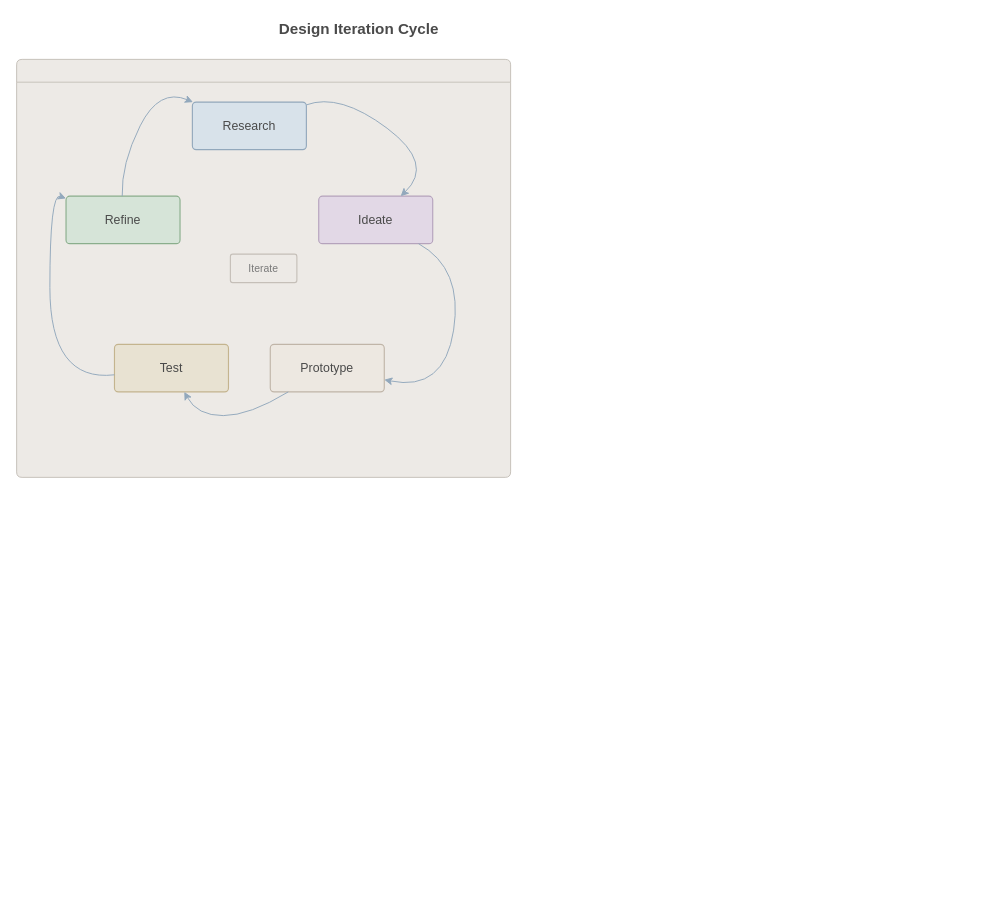
This is examples/morandi-design-loop.drawio from Ikaros12643/drawio-enhanced, a draw.io file, before an edit. Source tidied: cells renumbered, new cells numbered last; positions are measured from the earlier drawing's top-left corner, leaving out a move shared by most shapes. Both pictures are drawn from the tidied source at 95%, with x=0, y=0 at pixel (16, 16).
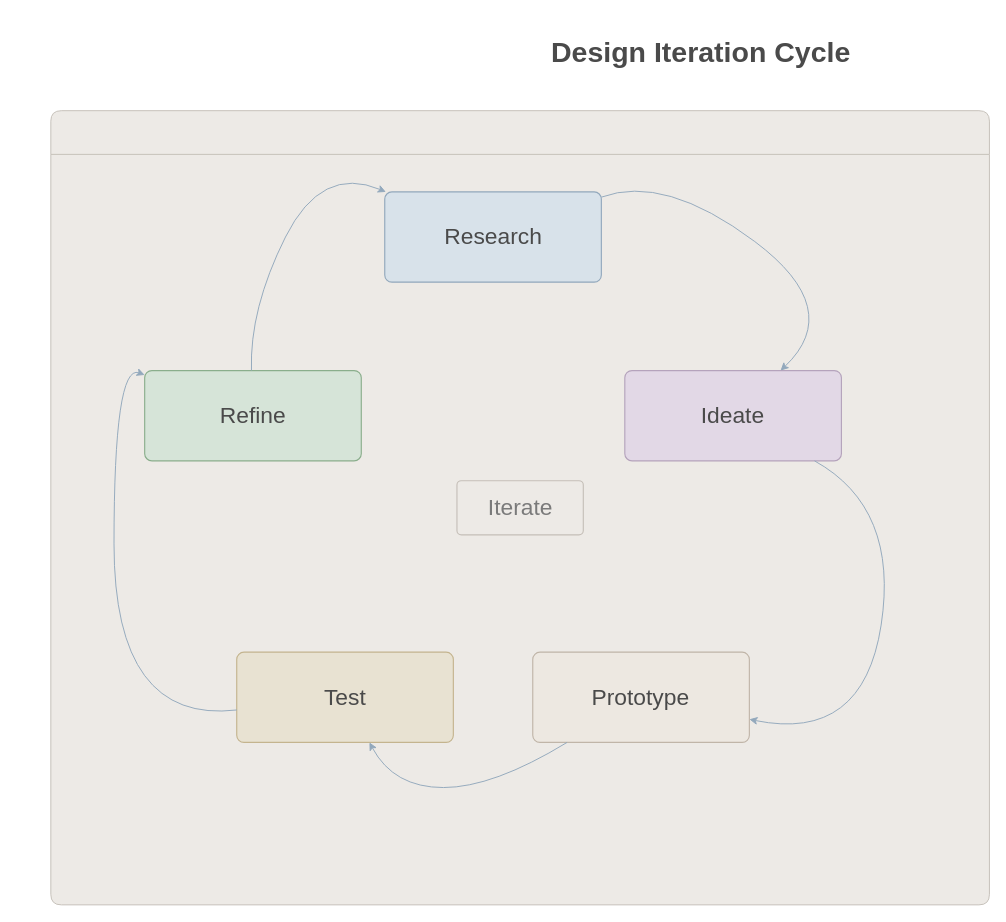
Above is the later version.

The edit, as a diff of the source:
```diff
@@
-    <mxCell id="2" value="Design Iteration Cycle" style="text;html=1;strokeColor=none;fillColor=none;align=center;verticalAlign=middle;fontSize=16;fontColor=#4A4A4A;fontStyle=1;" parent="1" vertex="1">
-      <mxGeometry x="210" width="300" height="25" as="geometry" />
+    <mxCell id="2" value="Design Iteration Cycle" style="text;html=1;strokeColor=none;fillColor=none;align=center;verticalAlign=middle;fontSize=30;fontColor=#4A4A4A;fontStyle=1;" parent="1" vertex="1">
+      <mxGeometry x="435" y="13.5" width="570" height="47.5" as="geometry" />
     </mxCell>
-    <mxCell id="3" style="swimlane;startSize=24;rounded=1;arcSize=8;strokeWidth=1;strokeDashPattern=4 3;html=1;fillColor=#EDEAE6;swimlaneFillColor=#EDEAE6;strokeColor=#C5BFB8;" parent="1" vertex="1">
-      <mxGeometry y="45" width="520" height="440" as="geometry" />
+    <mxCell id="3" style="fontSize=30;swimlane;startSize=46;rounded=1;arcSize=8;strokeWidth=1;strokeDashPattern=4 3;html=1;fillColor=#EDEAE6;swimlaneFillColor=#EDEAE6;strokeColor=#C5BFB8;" parent="1" vertex="1">
+      <mxGeometry x="36" y="99" width="988" height="836" as="geometry" />
     </mxCell>
-    <mxCell id="4" value="Research" style="rounded=1;whiteSpace=wrap;html=1;arcSize=8;strokeWidth=1.2;fontSize=13;fontColor=#4A4A4A;fillColor=#D8E2EA;strokeColor=#92A8BC;" parent="1" vertex="1">
-      <mxGeometry x="185" y="90" width="120" height="50" as="geometry" />
+    <mxCell id="4" value="Research" style="rounded=1;whiteSpace=wrap;html=1;arcSize=8;strokeWidth=1.2;fontSize=24;fontColor=#4A4A4A;fillColor=#D8E2EA;strokeColor=#92A8BC;" parent="1" vertex="1">
+      <mxGeometry x="387.5" y="184.5" width="228" height="95" as="geometry" />
     </mxCell>
-    <mxCell id="5" value="Ideate" style="rounded=1;whiteSpace=wrap;html=1;arcSize=8;strokeWidth=1.2;fontSize=13;fontColor=#4A4A4A;fillColor=#E2D8E6;strokeColor=#B5A3BC;" parent="1" vertex="1">
-      <mxGeometry x="318" y="189" width="120" height="50" as="geometry" />
+    <mxCell id="5" value="Ideate" style="rounded=1;whiteSpace=wrap;html=1;arcSize=8;strokeWidth=1.2;fontSize=24;fontColor=#4A4A4A;fillColor=#E2D8E6;strokeColor=#B5A3BC;" parent="1" vertex="1">
+      <mxGeometry x="640.2" y="372.6" width="228" height="95" as="geometry" />
     </mxCell>
-    <mxCell id="6" value="Prototype" style="rounded=1;whiteSpace=wrap;html=1;arcSize=8;strokeWidth=1.2;fontSize=13;fontColor=#4A4A4A;fillColor=#EDE8E1;strokeColor=#C0B5A8;" parent="1" vertex="1">
-      <mxGeometry x="267" y="345" width="120" height="50" as="geometry" />
+    <mxCell id="6" value="Prototype" style="rounded=1;whiteSpace=wrap;html=1;arcSize=8;strokeWidth=1.2;fontSize=24;fontColor=#4A4A4A;fillColor=#EDE8E1;strokeColor=#C0B5A8;" parent="1" vertex="1">
+      <mxGeometry x="543.3" y="669" width="228" height="95" as="geometry" />
     </mxCell>
-    <mxCell id="7" value="Test" style="rounded=1;whiteSpace=wrap;html=1;arcSize=8;strokeWidth=1.2;fontSize=13;fontColor=#4A4A4A;fillColor=#E8E2D2;strokeColor=#C4B48E;" parent="1" vertex="1">
-      <mxGeometry x="103" y="345" width="120" height="50" as="geometry" />
+    <mxCell id="7" value="Test" style="rounded=1;whiteSpace=wrap;html=1;arcSize=8;strokeWidth=1.2;fontSize=24;fontColor=#4A4A4A;fillColor=#E8E2D2;strokeColor=#C4B48E;" parent="1" vertex="1">
+      <mxGeometry x="231.7" y="669" width="228" height="95" as="geometry" />
     </mxCell>
-    <mxCell id="8" value="Refine" style="rounded=1;whiteSpace=wrap;html=1;arcSize=8;strokeWidth=1.2;fontSize=13;fontColor=#4A4A4A;fillColor=#D6E4D8;strokeColor=#8AAE8C;" parent="1" vertex="1">
-      <mxGeometry x="52" y="189" width="120" height="50" as="geometry" />
+    <mxCell id="8" value="Refine" style="rounded=1;whiteSpace=wrap;html=1;arcSize=8;strokeWidth=1.2;fontSize=24;fontColor=#4A4A4A;fillColor=#D6E4D8;strokeColor=#8AAE8C;" parent="1" vertex="1">
+      <mxGeometry x="134.8" y="372.6" width="228" height="95" as="geometry" />
     </mxCell>
-    <mxCell id="9" value="Iterate" style="rounded=1;whiteSpace=wrap;html=1;arcSize=8;strokeWidth=1.2;fontSize=11;fontColor=#7A7A7A;fillColor=#EDEAE6;strokeColor=#C5BFB8;" parent="1" vertex="1">
-      <mxGeometry x="225" y="250" width="70" height="30" as="geometry" />
+    <mxCell id="9" value="Iterate" style="rounded=1;whiteSpace=wrap;html=1;arcSize=8;strokeWidth=1.2;fontSize=24;fontColor=#7A7A7A;fillColor=#EDEAE6;strokeColor=#C5BFB8;" parent="1" vertex="1">
+      <mxGeometry x="463.5" y="488.5" width="133" height="57" as="geometry" />
     </mxCell>
-    <mxCell id="10" style="curved=1;html=1;strokeWidth=1;endArrow=classic;endFill=1;fontSize=10;fontColor=#B5AFA6;strokeColor=#92A8BC;" parent="1" edge="1" source="4" target="5">
+    <mxCell id="10" style="curved=1;html=1;strokeWidth=1;endArrow=classic;endFill=1;fontSize=18;fontColor=#B5AFA6;strokeColor=#92A8BC;" parent="1" edge="1" source="4" target="5">
       <mxGeometry relative="1" as="geometry">
         <Array as="points">
-          <mxPoint x="340" y="80" />
-          <mxPoint x="440" y="155" />
+          <mxPoint x="682" y="165.5" />
+          <mxPoint x="872" y="308" />
         </Array>
       </mxGeometry>
     </mxCell>
-    <mxCell id="11" style="curved=1;html=1;strokeWidth=1;endArrow=classic;endFill=1;fontSize=10;fontColor=#B5AFA6;strokeColor=#92A8BC;" parent="1" edge="1" source="5" target="6">
+    <mxCell id="11" style="curved=1;html=1;strokeWidth=1;endArrow=classic;endFill=1;fontSize=18;fontColor=#B5AFA6;strokeColor=#92A8BC;" parent="1" edge="1" source="5" target="6">
       <mxGeometry relative="1" as="geometry">
         <Array as="points">
-          <mxPoint x="470" y="265" />
-          <mxPoint x="450" y="395" />
+          <mxPoint x="929" y="517" />
+          <mxPoint x="891" y="764" />
         </Array>
       </mxGeometry>
     </mxCell>
-    <mxCell id="12" style="curved=1;html=1;strokeWidth=1;endArrow=classic;endFill=1;fontSize=10;fontColor=#B5AFA6;strokeColor=#92A8BC;" parent="1" edge="1" source="6" target="7">
+    <mxCell id="12" style="curved=1;html=1;strokeWidth=1;endArrow=classic;endFill=1;fontSize=18;fontColor=#B5AFA6;strokeColor=#92A8BC;" parent="1" edge="1" source="6" target="7">
       <mxGeometry relative="1" as="geometry">
         <Array as="points">
-          <mxPoint x="245" y="420" />
-          <mxPoint x="190" y="420" />
+          <mxPoint x="501.5" y="811.5" />
+          <mxPoint x="397" y="811.5" />
         </Array>
       </mxGeometry>
     </mxCell>
-    <mxCell id="13" style="curved=1;html=1;strokeWidth=1;endArrow=classic;endFill=1;fontSize=10;fontColor=#B5AFA6;strokeColor=#92A8BC;" parent="1" edge="1" source="7" target="8">
+    <mxCell id="13" style="curved=1;html=1;strokeWidth=1;endArrow=classic;endFill=1;fontSize=18;fontColor=#B5AFA6;strokeColor=#92A8BC;" parent="1" edge="1" source="7" target="8">
       <mxGeometry relative="1" as="geometry">
         <Array as="points">
-          <mxPoint x="35" y="385" />
-          <mxPoint x="35" y="185" />
+          <mxPoint x="102.5" y="745" />
+          <mxPoint x="102.5" y="365" />
         </Array>
       </mxGeometry>
     </mxCell>
-    <mxCell id="14" style="curved=1;html=1;strokeWidth=1;endArrow=classic;endFill=1;fontSize=10;fontColor=#B5AFA6;strokeColor=#92A8BC;" parent="1" edge="1" source="8" target="4">
+    <mxCell id="14" style="curved=1;html=1;strokeWidth=1;endArrow=classic;endFill=1;fontSize=18;fontColor=#B5AFA6;strokeColor=#92A8BC;" parent="1" edge="1" source="8" target="4">
       <mxGeometry relative="1" as="geometry">
         <Array as="points">
-          <mxPoint x="110" y="155" />
-          <mxPoint x="150" y="75" />
+          <mxPoint x="245" y="308" />
+          <mxPoint x="321" y="156" />
         </Array>
       </mxGeometry>
     </mxCell>
```
